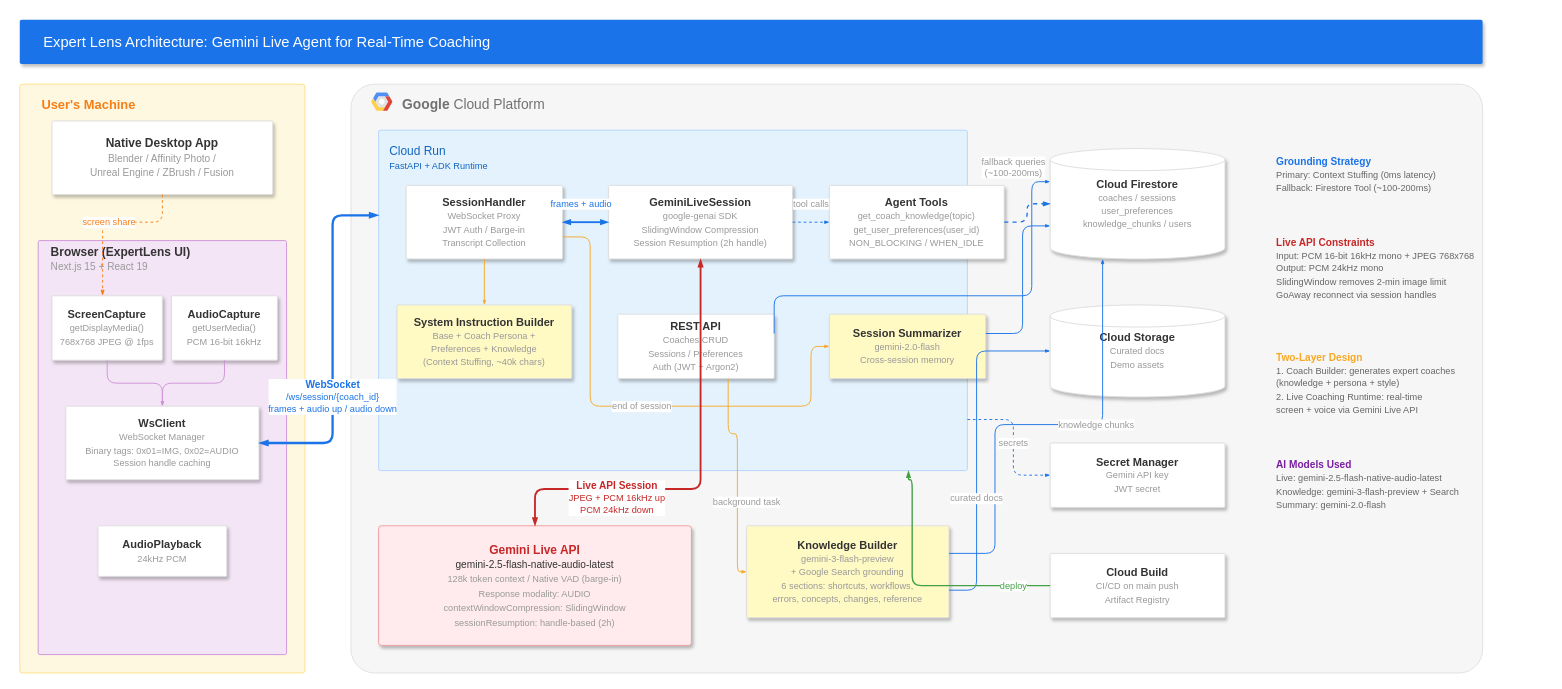
Above: demo/expertlens-architecture.drawio in TheIllusionOfLife/ExpertLens (draw.io), before the change. Source tidied: cells renumbered, new cells numbered last; positions are measured from the earlier drawing's top-left corner, leaving out a move shared by most shapes. Both pictures are drawn from the tidied source at 92%, with x=0, y=0 at pixel (19, 19).
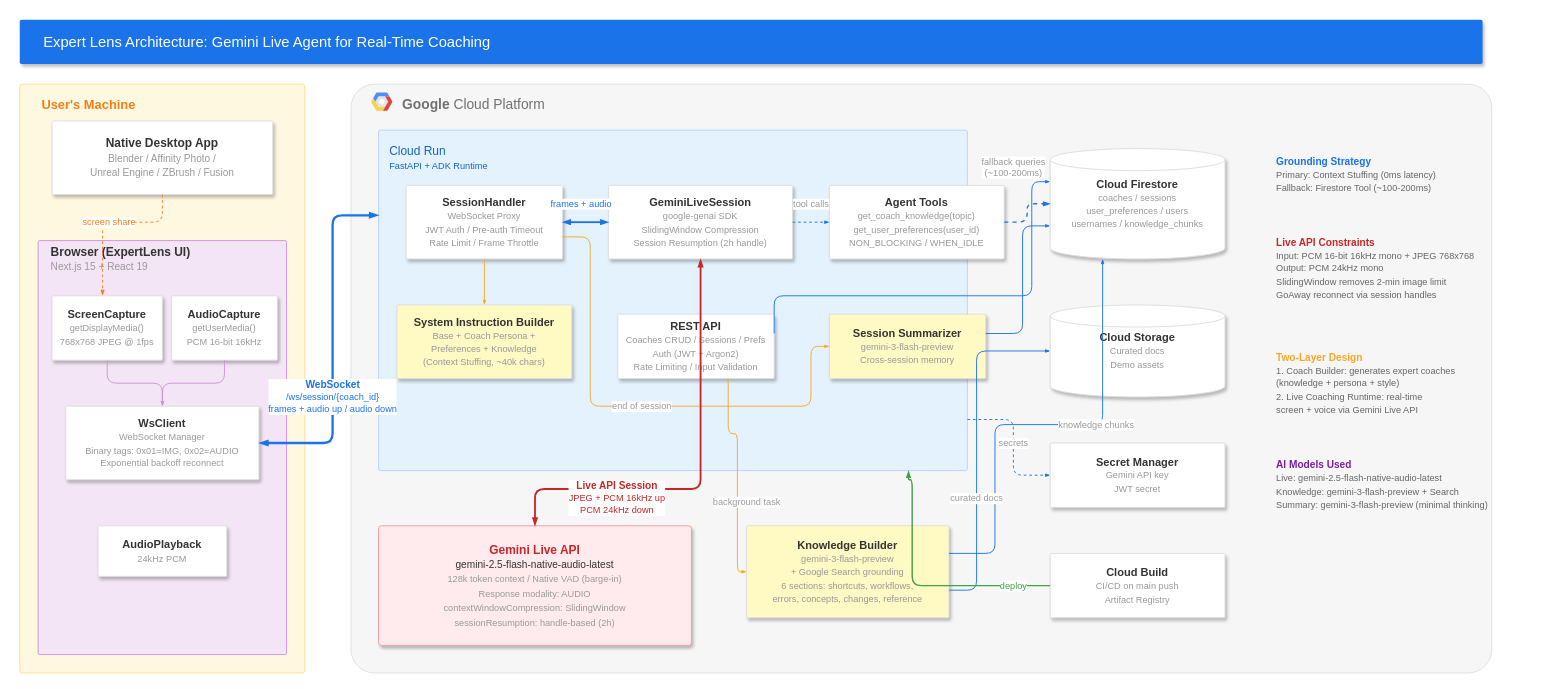
Above is the later version.

Commit message:
docs: update architecture diagram for security remediation (#40)

- SessionHandler: reflect rate limiting, pre-auth timeout, frame throttle
- REST API: add rate limiting and input validation
- WsClient: exponential backoff reconnect
- Summarizer: gemini-2.0-flash -> gemini-3-flash-preview
- Firestore: add usernames collection
- AI Models note: updated summary model

Change to the diagram source:
```diff
@@
-    <mxCell id="8" value="&lt;font color=&quot;#333&quot;&gt;&lt;b&gt;WsClient&lt;/b&gt;&lt;/font&gt;&lt;br&gt;&lt;font style=&quot;font-size:10px&quot;&gt;WebSocket Manager&lt;br&gt;Binary tags: 0x01=IMG, 0x02=AUDIO&lt;br&gt;Session handle caching&lt;/font&gt;" style="strokeColor=#dddddd;fillColor=#ffffff;shadow=1;strokeWidth=1;rounded=1;absoluteArcSize=1;arcSize=2;html=1;fontSize=12;fontColor=#999999;whiteSpace=wrap;align=center;verticalAlign=middle;" parent="1" vertex="1">
+    <mxCell id="8" value="&lt;font color=&quot;#333&quot;&gt;&lt;b&gt;WsClient&lt;/b&gt;&lt;/font&gt;&lt;br&gt;&lt;font style=&quot;font-size:10px&quot;&gt;WebSocket Manager&lt;br&gt;Binary tags: 0x01=IMG, 0x02=AUDIO&lt;br&gt;Exponential backoff reconnect&lt;/font&gt;" style="strokeColor=#dddddd;fillColor=#ffffff;shadow=1;strokeWidth=1;rounded=1;absoluteArcSize=1;arcSize=2;html=1;fontSize=12;fontColor=#999999;whiteSpace=wrap;align=center;verticalAlign=middle;" parent="1" vertex="1">
       <mxGeometry x="50" y="420" width="210" height="80" as="geometry" />
     </mxCell>
@@
     <mxCell id="13" value="&lt;b&gt;Google&lt;/b&gt; Cloud Platform" style="fillColor=#F6F6F6;strokeColor=#E0E0E0;shadow=0;fontSize=15;align=left;spacing=12;fontColor=#717171;verticalAlign=top;spacingTop=-4;spacingLeft=44;html=1;rounded=1;arcSize=4;" parent="1" vertex="1">
-      <mxGeometry x="360" y="70" width="1230" height="640" as="geometry" />
+      <mxGeometry x="360" y="70" width="1240" height="640" as="geometry" />
     </mxCell>
@@
-    <mxCell id="16" value="&lt;font color=&quot;#333&quot;&gt;&lt;b&gt;SessionHandler&lt;/b&gt;&lt;/font&gt;&lt;br&gt;&lt;font style=&quot;font-size:10px&quot;&gt;WebSocket Proxy&lt;br&gt;JWT Auth / Barge-in&lt;br&gt;Transcript Collection&lt;/font&gt;" style="strokeColor=#dddddd;fillColor=#ffffff;shadow=1;strokeWidth=1;rounded=1;absoluteArcSize=1;arcSize=2;html=1;fontSize=12;fontColor=#999999;whiteSpace=wrap;align=center;verticalAlign=middle;" parent="1" vertex="1">
+    <mxCell id="16" value="&lt;font color=&quot;#333&quot;&gt;&lt;b&gt;SessionHandler&lt;/b&gt;&lt;/font&gt;&lt;br&gt;&lt;font style=&quot;font-size:10px&quot;&gt;WebSocket Proxy&lt;br&gt;JWT Auth / Pre-auth Timeout&lt;br&gt;Rate Limit / Frame Throttle&lt;/font&gt;" style="strokeColor=#dddddd;fillColor=#ffffff;shadow=1;strokeWidth=1;rounded=1;absoluteArcSize=1;arcSize=2;html=1;fontSize=12;fontColor=#999999;whiteSpace=wrap;align=center;verticalAlign=middle;" parent="1" vertex="1">
       <mxGeometry x="420" y="180" width="170" height="80" as="geometry" />
     </mxCell>
@@
-    <mxCell id="19" value="&lt;font color=&quot;#333&quot;&gt;&lt;b&gt;REST API&lt;/b&gt;&lt;/font&gt;&lt;br&gt;&lt;font style=&quot;font-size:10px&quot;&gt;Coaches CRUD&lt;br&gt;Sessions / Preferences&lt;br&gt;Auth (JWT + Argon2)&lt;/font&gt;" style="strokeColor=#dddddd;fillColor=#ffffff;shadow=1;strokeWidth=1;rounded=1;absoluteArcSize=1;arcSize=2;html=1;fontSize=12;fontColor=#999999;whiteSpace=wrap;align=center;verticalAlign=middle;" parent="1" vertex="1">
+    <mxCell id="19" value="&lt;font color=&quot;#333&quot;&gt;&lt;b&gt;REST API&lt;/b&gt;&lt;/font&gt;&lt;br&gt;&lt;font style=&quot;font-size:10px&quot;&gt;Coaches CRUD / Sessions / Prefs&lt;br&gt;Auth (JWT + Argon2)&lt;br&gt;Rate Limiting / Input Validation&lt;/font&gt;" style="strokeColor=#dddddd;fillColor=#ffffff;shadow=1;strokeWidth=1;rounded=1;absoluteArcSize=1;arcSize=2;html=1;fontSize=12;fontColor=#999999;whiteSpace=wrap;align=center;verticalAlign=middle;" parent="1" vertex="1">
       <mxGeometry x="650" y="320" width="170" height="70" as="geometry" />
     </mxCell>
@@
-    <mxCell id="21" value="&lt;font color=&quot;#333&quot;&gt;&lt;b&gt;Session Summarizer&lt;/b&gt;&lt;/font&gt;&lt;br&gt;&lt;font style=&quot;font-size:10px&quot;&gt;gemini-2.0-flash&lt;br&gt;Cross-session memory&lt;/font&gt;" style="strokeColor=#dddddd;fillColor=#FFF9C4;shadow=1;strokeWidth=1;rounded=1;absoluteArcSize=1;arcSize=2;html=1;fontSize=12;fontColor=#999999;whiteSpace=wrap;align=center;verticalAlign=middle;" parent="1" vertex="1">
+    <mxCell id="21" value="&lt;font color=&quot;#333&quot;&gt;&lt;b&gt;Session Summarizer&lt;/b&gt;&lt;/font&gt;&lt;br&gt;&lt;font style=&quot;font-size:10px&quot;&gt;gemini-3-flash-preview&lt;br&gt;Cross-session memory&lt;/font&gt;" style="strokeColor=#dddddd;fillColor=#FFF9C4;shadow=1;strokeWidth=1;rounded=1;absoluteArcSize=1;arcSize=2;html=1;fontSize=12;fontColor=#999999;whiteSpace=wrap;align=center;verticalAlign=middle;" parent="1" vertex="1">
       <mxGeometry x="880" y="320" width="170" height="70" as="geometry" />
     </mxCell>
@@
-    <mxCell id="30" value="&lt;font color=&quot;#333&quot;&gt;&lt;b&gt;Cloud Firestore&lt;/b&gt;&lt;/font&gt;&lt;br&gt;&lt;font style=&quot;font-size:10px&quot;&gt;coaches / sessions&lt;br&gt;user_preferences&lt;br&gt;knowledge_chunks / users&lt;/font&gt;" style="strokeColor=#dddddd;fillColor=#ffffff;shadow=1;strokeWidth=1;rounded=1;absoluteArcSize=1;arcSize=2;html=1;fontSize=12;fontColor=#999999;whiteSpace=wrap;align=center;verticalAlign=middle;shape=cylinder3;size=12;" parent="1" vertex="1">
+    <mxCell id="30" value="&lt;font color=&quot;#333&quot;&gt;&lt;b&gt;Cloud Firestore&lt;/b&gt;&lt;/font&gt;&lt;br&gt;&lt;font style=&quot;font-size:10px&quot;&gt;coaches / sessions&lt;br&gt;user_preferences / users&lt;br&gt;usernames / knowledge_chunks&lt;/font&gt;" style="strokeColor=#dddddd;fillColor=#ffffff;shadow=1;strokeWidth=1;rounded=1;absoluteArcSize=1;arcSize=2;html=1;fontSize=12;fontColor=#999999;whiteSpace=wrap;align=center;verticalAlign=middle;shape=cylinder3;size=12;" parent="1" vertex="1">
       <mxGeometry x="1120" y="140" width="190" height="120" as="geometry" />
     </mxCell>
@@
-    <mxCell id="42" value="&lt;font style=&quot;font-size:11px;color:#7B1FA2&quot;&gt;&lt;b&gt;AI Models Used&lt;/b&gt;&lt;/font&gt;&lt;br&gt;&lt;font style=&quot;font-size:10px&quot;&gt;Live: gemini-2.5-flash-native-audio-latest&lt;br&gt;Knowledge: gemini-3-flash-preview + Search&lt;br&gt;Summary: gemini-2.0-flash&lt;/font&gt;" style="text;html=1;align=left;verticalAlign=middle;strokeColor=none;fillColor=none;fontColor=#666666;spacing=6;" parent="1" vertex="1">
+    <mxCell id="42" value="&lt;font style=&quot;font-size:11px;color:#7B1FA2&quot;&gt;&lt;b&gt;AI Models Used&lt;/b&gt;&lt;/font&gt;&lt;br&gt;&lt;font style=&quot;font-size:10px&quot;&gt;Live: gemini-2.5-flash-native-audio-latest&lt;br&gt;Knowledge: gemini-3-flash-preview + Search&lt;br&gt;Summary: gemini-3-flash-preview (minimal thinking)&lt;/font&gt;" style="text;html=1;align=left;verticalAlign=middle;strokeColor=none;fillColor=none;fontColor=#666666;spacing=6;" parent="1" vertex="1">
       <mxGeometry x="1360" y="470" width="280" height="70" as="geometry" />
     </mxCell>
```
